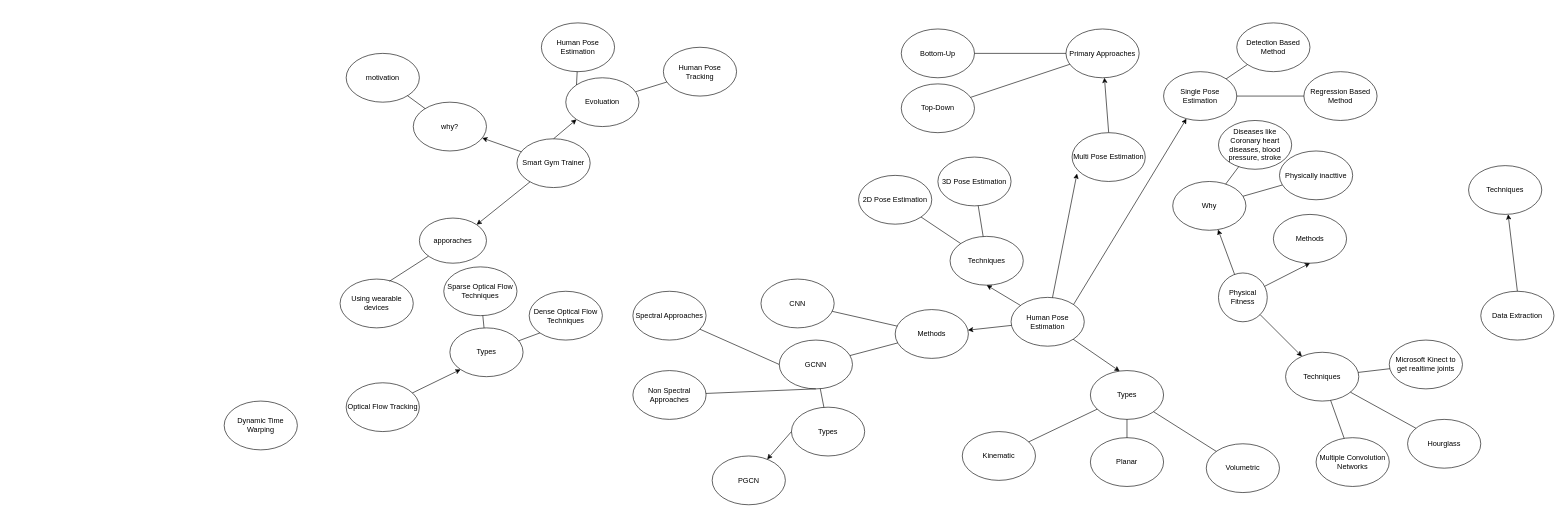
Earlier version of the draw.io diagram Diagrams/Untitled Diagram.drawio (vish84725/Research_Artifacts). Source tidied: cells renumbered, new cells numbered last; positions are measured from the earlier drawing's top-left corner, leaving out a move shared by most shapes. Both pictures are drawn from the tidied source at 61%, with x=0, y=0 at pixel (224, 23).
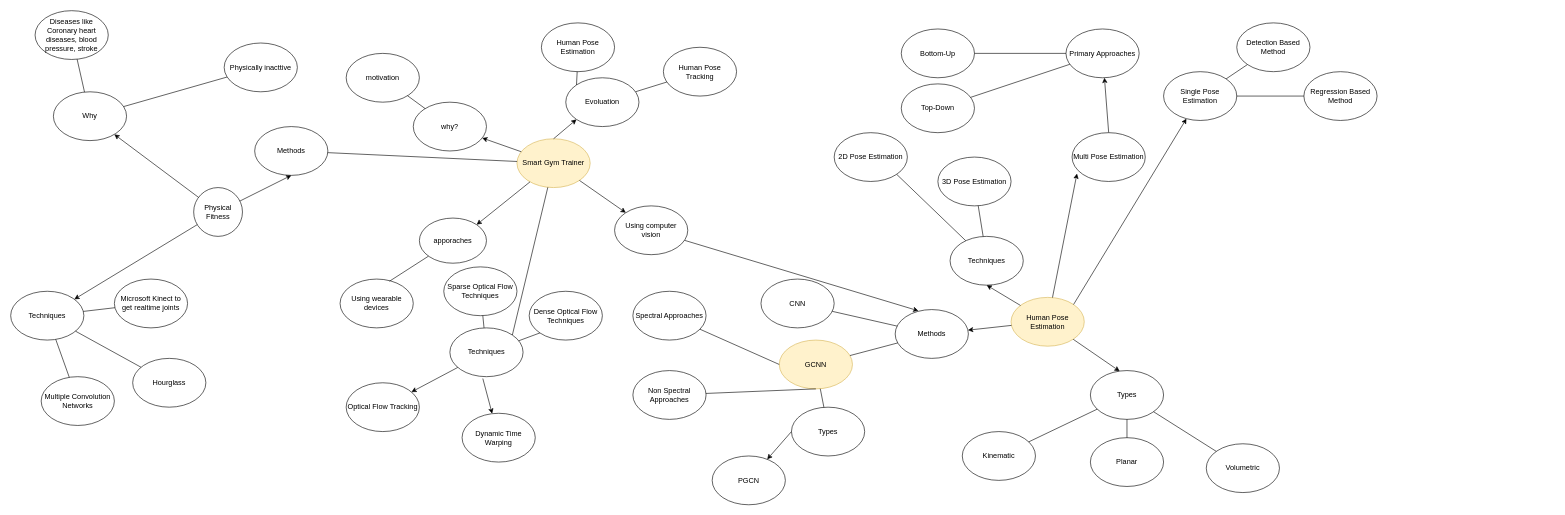
Above is the later version.

The change refers to these unchanged cells:
```xml
<mxCell id="26" value="Methods" style="ellipse;whiteSpace=wrap;html=1;" parent="1" vertex="1">
  <mxGeometry x="1100" y="470" width="120" height="80" as="geometry" />
</mxCell>
<mxCell id="80" value="Optical Flow Tracking" style="ellipse;whiteSpace=wrap;html=1;" parent="1" vertex="1">
  <mxGeometry x="200" y="590" width="120" height="80" as="geometry" />
</mxCell>
```

Change to the diagram source:
```diff
@@
-    <mxCell id="2" value="Data Extraction" style="ellipse;whiteSpace=wrap;html=1;" parent="1" vertex="1">
-      <mxGeometry x="2060" y="440" width="120" height="80" as="geometry" />
-    </mxCell>
-    <mxCell id="3" value="Techniques" style="ellipse;whiteSpace=wrap;html=1;" parent="1" vertex="1">
-      <mxGeometry x="2040" y="234" width="120" height="80" as="geometry" />
-    </mxCell>
-    <mxCell id="4" style="endArrow=classic;html=1;rounded=0;exitX=0.5;exitY=0;exitDx=0;exitDy=0;" parent="1" edge="1" source="2" target="3">
-      <mxGeometry relative="1" as="geometry" />
-    </mxCell>
-    <mxCell id="5" value="Human Pose Estimation" style="ellipse;whiteSpace=wrap;html=1;" parent="1" vertex="1">
+    <mxCell id="5" value="Human Pose Estimation" style="ellipse;whiteSpace=wrap;html=1;fillColor=#fff2cc;strokeColor=#d6b656;" parent="1" vertex="1">
       <mxGeometry x="1290" y="450" width="120" height="80" as="geometry" />
     </mxCell>
@@
     <mxCell id="7" value="2D Pose Estimation" style="ellipse;whiteSpace=wrap;html=1;" parent="1" vertex="1">
-      <mxGeometry x="1040" y="250" width="120" height="80" as="geometry" />
+      <mxGeometry x="1000" y="180" width="120" height="80" as="geometry" />
     </mxCell>
@@
-    <mxCell id="37" value="GCNN" style="ellipse;whiteSpace=wrap;html=1;" parent="1" vertex="1">
+    <mxCell id="37" value="GCNN" style="ellipse;whiteSpace=wrap;html=1;fillColor=#fff2cc;strokeColor=#d6b656;" parent="1" vertex="1">
       <mxGeometry x="910" y="520" width="120" height="80" as="geometry" />
     </mxCell>
@@
     <mxCell id="48" value="Physical Fitness" style="ellipse;whiteSpace=wrap;html=1;" parent="1" vertex="1">
-      <mxGeometry x="1630" y="410" width="80" height="80" as="geometry" />
+      <mxGeometry x="-50" y="270" width="80" height="80" as="geometry" />
     </mxCell>
     <mxCell id="49" value="Why" style="ellipse;whiteSpace=wrap;html=1;" parent="1" vertex="1">
-      <mxGeometry x="1555" y="260" width="120" height="80" as="geometry" />
+      <mxGeometry x="-280" y="113" width="120" height="80" as="geometry" />
     </mxCell>
@@
     <mxCell id="51" value="Methods" style="ellipse;whiteSpace=wrap;html=1;" parent="1" vertex="1">
-      <mxGeometry x="1720" y="314" width="120" height="80" as="geometry" />
+      <mxGeometry x="50" y="170" width="120" height="80" as="geometry" />
     </mxCell>
@@
     <mxCell id="53" value="Diseases like Coronary heart diseases, blood pressure, stroke" style="ellipse;whiteSpace=wrap;html=1;" parent="1" vertex="1">
-      <mxGeometry x="1630" y="160" width="120" height="80" as="geometry" />
+      <mxGeometry x="-310" y="-20" width="120" height="80" as="geometry" />
     </mxCell>
@@
     <mxCell id="55" value="Physically inacttive" style="ellipse;whiteSpace=wrap;html=1;" parent="1" vertex="1">
-      <mxGeometry x="1730" y="210" width="120" height="80" as="geometry" />
+      <mxGeometry y="33" width="120" height="80" as="geometry" />
     </mxCell>
@@
     <mxCell id="57" value="Techniques" style="ellipse;whiteSpace=wrap;html=1;" parent="1" vertex="1">
-      <mxGeometry x="1740" y="540" width="120" height="80" as="geometry" />
+      <mxGeometry x="-350" y="440" width="120" height="80" as="geometry" />
     </mxCell>
@@
     <mxCell id="59" value="Hourglass" style="ellipse;whiteSpace=wrap;html=1;" parent="1" vertex="1">
-      <mxGeometry x="1940" y="650" width="120" height="80" as="geometry" />
+      <mxGeometry x="-150" y="550" width="120" height="80" as="geometry" />
     </mxCell>
     <mxCell id="60" value="Microsoft Kinect to get realtime joints" style="ellipse;whiteSpace=wrap;html=1;" parent="1" vertex="1">
-      <mxGeometry x="1910" y="520" width="120" height="80" as="geometry" />
+      <mxGeometry x="-180" y="420" width="120" height="80" as="geometry" />
     </mxCell>
     <mxCell id="61" value="Multiple Convolution Networks" style="ellipse;whiteSpace=wrap;html=1;" parent="1" vertex="1">
-      <mxGeometry x="1790" y="680" width="120" height="80" as="geometry" />
+      <mxGeometry x="-300" y="580" width="120" height="80" as="geometry" />
     </mxCell>
@@
-    <mxCell id="65" value="Smart Gym Trainer" style="ellipse;whiteSpace=wrap;html=1;" parent="1" vertex="1">
+    <mxCell id="65" value="Smart Gym Trainer" style="ellipse;whiteSpace=wrap;html=1;fillColor=#fff2cc;strokeColor=#d6b656;" parent="1" vertex="1">
       <mxGeometry x="480" y="190" width="120" height="80" as="geometry" />
     </mxCell>
@@
-    <mxCell id="81" value="Types" style="ellipse;whiteSpace=wrap;html=1;" parent="1" vertex="1">
+    <mxCell id="81" value="Techniques" style="ellipse;whiteSpace=wrap;html=1;" parent="1" vertex="1">
       <mxGeometry x="370" y="500" width="120" height="80" as="geometry" />
     </mxCell>
-    <mxCell id="82" style="endArrow=classic;html=1;rounded=0;entryX=0;entryY=1;entryDx=0;entryDy=0;" parent="1" edge="1" source="80" target="81">
+    <mxCell id="82" style="endArrow=classic;html=1;rounded=0;" parent="1" edge="1" source="81" target="80">
       <mxGeometry relative="1" as="geometry" />
     </mxCell>
@@
     <mxCell id="87" value="Dynamic Time Warping" style="ellipse;whiteSpace=wrap;html=1;" parent="1" vertex="1">
-      <mxGeometry y="620" width="120" height="80" as="geometry" />
+      <mxGeometry x="390" y="640" width="120" height="80" as="geometry" />
     </mxCell>
+    <mxCell id="88" value="Using computer vision" style="ellipse;whiteSpace=wrap;html=1;" parent="1" vertex="1">
+      <mxGeometry x="640" y="300" width="120" height="80" as="geometry" />
+    </mxCell>
+    <mxCell id="89" style="endArrow=classic;html=1;rounded=0;exitX=1;exitY=1;exitDx=0;exitDy=0;" parent="1" edge="1" source="65" target="88">
+      <mxGeometry relative="1" as="geometry" />
+    </mxCell>
+    <mxCell id="90" style="endArrow=classic;html=1;rounded=0;entryX=0.317;entryY=0.025;entryDx=0;entryDy=0;entryPerimeter=0;" parent="1" edge="1" source="88" target="26">
+      <mxGeometry relative="1" as="geometry" />
+    </mxCell>
+    <mxCell id="91" style="endArrow=classic;html=1;rounded=0;exitX=0.45;exitY=1.038;exitDx=0;exitDy=0;exitPerimeter=0;" parent="1" edge="1" source="81" target="87">
+      <mxGeometry relative="1" as="geometry" />
+    </mxCell>
+    <mxCell id="92" style="endArrow=none;html=1;rounded=0;" parent="1" edge="1" source="51" target="65">
+      <mxGeometry relative="1" as="geometry" />
+    </mxCell>
+    <mxCell id="93" style="endArrow=none;html=1;rounded=0;exitX=1;exitY=0;exitDx=0;exitDy=0;" parent="1" edge="1" source="81" target="65">
+      <mxGeometry relative="1" as="geometry" />
+    </mxCell>
```
